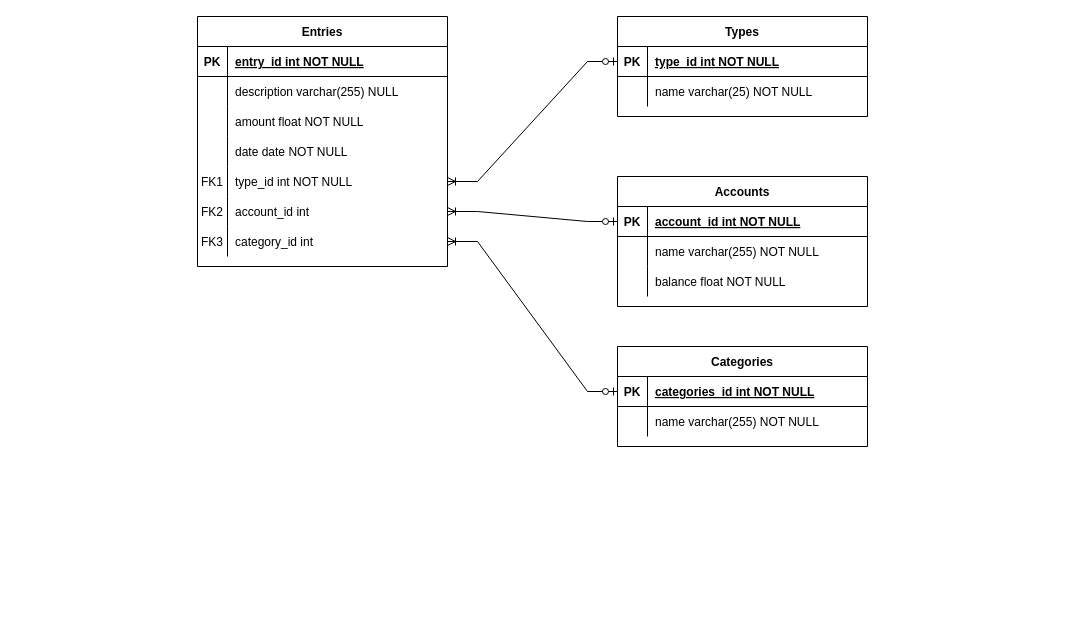
This is docs/database.drawio from sgq995/wallet, a draw.io file, before an edit. Source tidied: cells renumbered, new cells numbered last; positions are measured from the earlier drawing's top-left corner, leaving out a move shared by most shapes. Both pictures are drawn from the tidied source at 100%, with x=0, y=0 at pixel (197, 16).
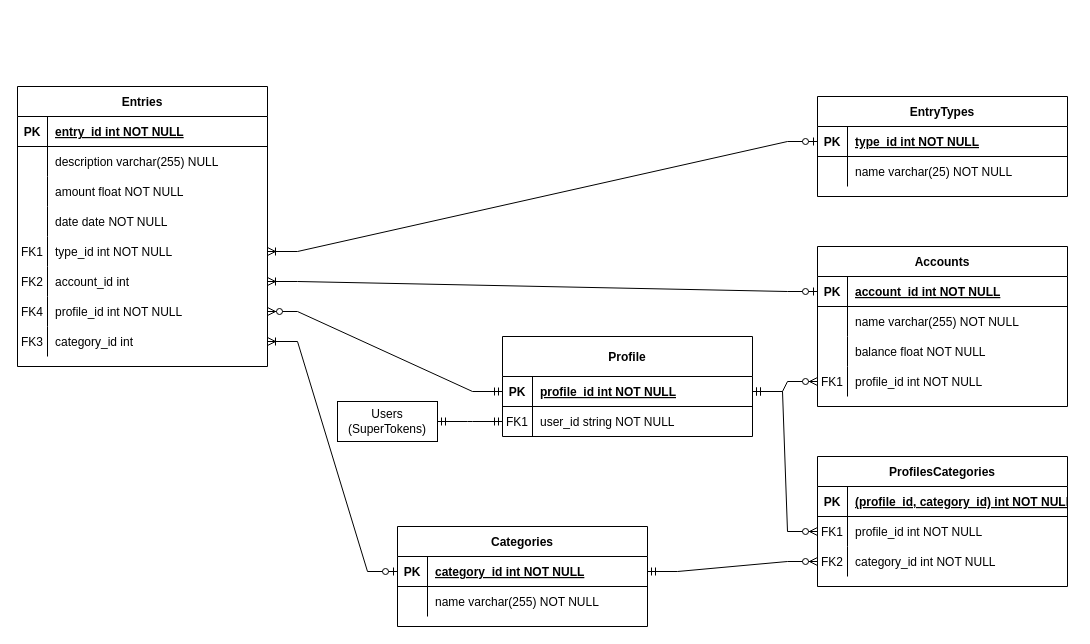
Above is the later version.

Unchanged cells that the change refers to:
```xml
<mxCell id="42" style="shape=partialRectangle;fillColor=none;points=[[0,0.5],[1,0.5]];portConstraint=eastwest;top=0;left=0;right=0;bottom=1;" parent="41" vertex="1">
  <mxGeometry y="30" width="250" height="30" as="geometry" />
</mxCell>
```

Diff of the diagram source:
```diff
@@
-    <mxCell id="2" value="Types" style="shape=table;startSize=30;childLayout=tableLayout;rowLines=0;fontStyle=1;align=center;" parent="1" vertex="1">
-      <mxGeometry x="420" width="250" height="100" as="geometry" />
+    <mxCell id="2" value="EntryTypes" style="shape=table;startSize=30;childLayout=tableLayout;rowLines=0;fontStyle=1;align=center;" parent="1" vertex="1">
+      <mxGeometry x="620" y="80" width="250" height="100" as="geometry" />
     </mxCell>
@@
     <mxCell id="9" value="Entries" style="shape=table;startSize=30;childLayout=tableLayout;rowLines=0;fontStyle=1;align=center;" parent="1" vertex="1">
-      <mxGeometry width="250" height="250" as="geometry" />
+      <mxGeometry x="-180" y="70" width="250" height="280" as="geometry" />
     </mxCell>
@@
+    <mxCell id="51" style="shape=partialRectangle;fillColor=none;points=[[0,0.5],[1,0.5]];portConstraint=eastwest;top=0;left=0;right=0;bottom=0;" parent="9" vertex="1">
+      <mxGeometry y="210" width="250" height="30" as="geometry" />
+    </mxCell>
+    <mxCell id="52" value="FK4" style="shape=partialRectangle;overflow=hidden;fillColor=none;top=0;left=0;bottom=0;right=0;" parent="51" vertex="1">
+      <mxGeometry width="30" height="30" as="geometry" />
+    </mxCell>
+    <mxCell id="53" value="profile_id int NOT NULL" style="shape=partialRectangle;overflow=hidden;fillColor=none;top=0;left=0;bottom=0;right=0;align=left;spacingLeft=6;" parent="51" vertex="1">
+      <mxGeometry x="30" width="220" height="30" as="geometry" />
+    </mxCell>
     <mxCell id="28" style="shape=partialRectangle;fillColor=none;points=[[0,0.5],[1,0.5]];portConstraint=eastwest;top=0;left=0;right=0;bottom=0;" parent="9" vertex="1">
-      <mxGeometry y="210" width="250" height="30" as="geometry" />
+      <mxGeometry y="240" width="250" height="30" as="geometry" />
     </mxCell>
@@
     <mxCell id="31" value="Accounts" style="shape=table;startSize=30;childLayout=tableLayout;rowLines=0;fontStyle=1;align=center;" parent="1" vertex="1">
-      <mxGeometry x="420" y="160" width="250" height="130" as="geometry" />
+      <mxGeometry x="620" y="230" width="250" height="160" as="geometry" />
     </mxCell>
@@
+    <mxCell id="54" style="shape=partialRectangle;fillColor=none;points=[[0,0.5],[1,0.5]];portConstraint=eastwest;top=0;left=0;right=0;bottom=0;" parent="31" vertex="1">
+      <mxGeometry y="120" width="250" height="30" as="geometry" />
+    </mxCell>
+    <mxCell id="55" value="FK1" style="shape=partialRectangle;overflow=hidden;fillColor=none;top=0;left=0;bottom=0;right=0;" parent="54" vertex="1">
+      <mxGeometry width="30" height="30" as="geometry" />
+    </mxCell>
+    <mxCell id="56" value="profile_id int NOT NULL" style="shape=partialRectangle;overflow=hidden;fillColor=none;top=0;left=0;bottom=0;right=0;align=left;spacingLeft=6;" parent="54" vertex="1">
+      <mxGeometry x="30" width="220" height="30" as="geometry" />
+    </mxCell>
     <mxCell id="41" value="Categories" style="shape=table;startSize=30;childLayout=tableLayout;rowLines=0;fontStyle=1;align=center;" parent="1" vertex="1">
-      <mxGeometry x="420" y="330" width="250" height="100" as="geometry" />
+      <mxGeometry x="200" y="510" width="250" height="100" as="geometry" />
     </mxCell>
@@
-    <mxCell id="44" value="categories_id int NOT NULL " style="shape=partialRectangle;overflow=hidden;fillColor=none;top=0;left=0;bottom=0;right=0;align=left;spacingLeft=6;fontStyle=5;" parent="42" vertex="1">
+    <mxCell id="44" value="category_id int NOT NULL " style="shape=partialRectangle;overflow=hidden;fillColor=none;top=0;left=0;bottom=0;right=0;align=left;spacingLeft=6;fontStyle=5;" parent="42" vertex="1">
       <mxGeometry x="30" width="220" height="30" as="geometry" />
     </mxCell>
@@
+    <mxCell id="57" value="Profile" style="shape=table;startSize=40;childLayout=tableLayout;rowLines=0;fontStyle=1;align=center;" parent="1" vertex="1">
+      <mxGeometry x="305" y="320" width="250" height="100" as="geometry" />
+    </mxCell>
+    <mxCell id="58" style="shape=partialRectangle;fillColor=none;points=[[0,0.5],[1,0.5]];portConstraint=eastwest;top=0;left=0;right=0;bottom=1;" parent="57" vertex="1">
+      <mxGeometry y="40" width="250" height="30" as="geometry" />
+    </mxCell>
+    <mxCell id="59" value="PK" style="shape=partialRectangle;overflow=hidden;fillColor=none;top=0;left=0;bottom=0;right=0;fontStyle=1;" parent="58" vertex="1">
+      <mxGeometry width="30" height="30" as="geometry" />
+    </mxCell>
+    <mxCell id="60" value="profile_id int NOT NULL " style="shape=partialRectangle;overflow=hidden;fillColor=none;top=0;left=0;bottom=0;right=0;align=left;spacingLeft=6;fontStyle=5;" parent="58" vertex="1">
+      <mxGeometry x="30" width="220" height="30" as="geometry" />
+    </mxCell>
+    <mxCell id="61" style="shape=partialRectangle;fillColor=none;points=[[0,0.5],[1,0.5]];portConstraint=eastwest;top=0;left=0;right=0;bottom=0;" parent="57" vertex="1">
+      <mxGeometry y="70" width="250" height="30" as="geometry" />
+    </mxCell>
+    <mxCell id="62" value="FK1" style="shape=partialRectangle;overflow=hidden;fillColor=none;top=0;left=0;bottom=0;right=0;" parent="61" vertex="1">
+      <mxGeometry width="30" height="30" as="geometry" />
+    </mxCell>
+    <mxCell id="63" value="user_id string NOT NULL" style="shape=partialRectangle;overflow=hidden;fillColor=none;top=0;left=0;bottom=0;right=0;align=left;spacingLeft=6;" parent="61" vertex="1">
+      <mxGeometry x="30" width="220" height="30" as="geometry" />
+    </mxCell>
+    <mxCell id="64" style="edgeStyle=entityRelationEdgeStyle;fontSize=12;html=1;endArrow=ERzeroToMany;startArrow=ERmandOne;rounded=0;exitX=0;exitY=0.5;exitDx=0;exitDy=0;entryX=1;entryY=0.5;entryDx=0;entryDy=0;" parent="1" edge="1" source="58" target="51">
+      <mxGeometry relative="1" as="geometry" />
+    </mxCell>
+    <mxCell id="65" style="edgeStyle=entityRelationEdgeStyle;fontSize=12;html=1;endArrow=ERzeroToMany;startArrow=ERmandOne;rounded=0;entryX=0;entryY=0.5;entryDx=0;entryDy=0;exitX=1;exitY=0.5;exitDx=0;exitDy=0;" parent="1" edge="1" source="58" target="54">
+      <mxGeometry relative="1" as="geometry" />
+    </mxCell>
+    <mxCell id="66" value="ProfilesCategories" style="shape=table;startSize=30;childLayout=tableLayout;rowLines=0;fontStyle=1;align=center;" parent="1" vertex="1">
+      <mxGeometry x="620" y="440" width="250" height="130" as="geometry" />
+    </mxCell>
+    <mxCell id="67" style="shape=partialRectangle;fillColor=none;top=0;left=0;right=0;bottom=1;" parent="66" vertex="1">
+      <mxGeometry y="30" width="250" height="30" as="geometry" />
+    </mxCell>
+    <mxCell id="68" value="PK" style="shape=partialRectangle;overflow=hidden;fillColor=none;top=0;left=0;bottom=0;right=0;fontStyle=1;" parent="67" vertex="1">
+      <mxGeometry width="30" height="30" as="geometry" />
+    </mxCell>
+    <mxCell id="69" value="(profile_id, category_id) int NOT NULL " style="shape=partialRectangle;overflow=hidden;fillColor=none;top=0;left=0;bottom=0;right=0;align=left;spacingLeft=6;fontStyle=5;" parent="67" vertex="1">
+      <mxGeometry x="30" width="220" height="30" as="geometry" />
+    </mxCell>
+    <mxCell id="70" style="shape=partialRectangle;fillColor=none;points=[[0,0.5],[1,0.5]];portConstraint=eastwest;top=0;left=0;right=0;bottom=0;" parent="66" vertex="1">
+      <mxGeometry y="60" width="250" height="30" as="geometry" />
+    </mxCell>
+    <mxCell id="71" value="FK1" style="shape=partialRectangle;overflow=hidden;fillColor=none;top=0;left=0;bottom=0;right=0;" parent="70" vertex="1">
+      <mxGeometry width="30" height="30" as="geometry" />
+    </mxCell>
+    <mxCell id="72" value="profile_id int NOT NULL" style="shape=partialRectangle;overflow=hidden;fillColor=none;top=0;left=0;bottom=0;right=0;align=left;spacingLeft=6;" parent="70" vertex="1">
+      <mxGeometry x="30" width="220" height="30" as="geometry" />
+    </mxCell>
+    <mxCell id="73" style="shape=partialRectangle;fillColor=none;points=[[0,0.5],[1,0.5]];portConstraint=eastwest;top=0;left=0;right=0;bottom=0;" parent="66" vertex="1">
+      <mxGeometry y="90" width="250" height="30" as="geometry" />
+    </mxCell>
+    <mxCell id="74" value="FK2" style="shape=partialRectangle;overflow=hidden;fillColor=none;top=0;left=0;bottom=0;right=0;" parent="73" vertex="1">
+      <mxGeometry width="30" height="30" as="geometry" />
+    </mxCell>
+    <mxCell id="75" value="category_id int NOT NULL" style="shape=partialRectangle;overflow=hidden;fillColor=none;top=0;left=0;bottom=0;right=0;align=left;spacingLeft=6;" parent="73" vertex="1">
+      <mxGeometry x="30" width="220" height="30" as="geometry" />
+    </mxCell>
+    <mxCell id="76" style="edgeStyle=entityRelationEdgeStyle;fontSize=12;html=1;endArrow=ERzeroToMany;startArrow=ERmandOne;rounded=0;entryX=0;entryY=0.5;entryDx=0;entryDy=0;exitX=1;exitY=0.5;exitDx=0;exitDy=0;" parent="1" edge="1" source="42" target="73">
+      <mxGeometry relative="1" as="geometry" />
+    </mxCell>
+    <mxCell id="77" style="edgeStyle=entityRelationEdgeStyle;fontSize=12;html=1;endArrow=ERzeroToMany;startArrow=ERmandOne;rounded=0;entryX=0;entryY=0.5;entryDx=0;entryDy=0;exitX=1;exitY=0.5;exitDx=0;exitDy=0;" parent="1" edge="1" source="58" target="70">
+      <mxGeometry relative="1" as="geometry" />
+    </mxCell>
+    <mxCell id="78" value="Users (SuperTokens)" style="whiteSpace=wrap;html=1;align=center;" parent="1" vertex="1">
+      <mxGeometry x="140" y="385" width="100" height="40" as="geometry" />
+    </mxCell>
+    <mxCell id="79" style="edgeStyle=entityRelationEdgeStyle;fontSize=12;html=1;endArrow=ERmandOne;startArrow=ERmandOne;rounded=0;exitX=1;exitY=0.5;exitDx=0;exitDy=0;entryX=0;entryY=0.5;entryDx=0;entryDy=0;" parent="1" edge="1" source="78" target="61">
+      <mxGeometry relative="1" as="geometry" />
+    </mxCell>
```
